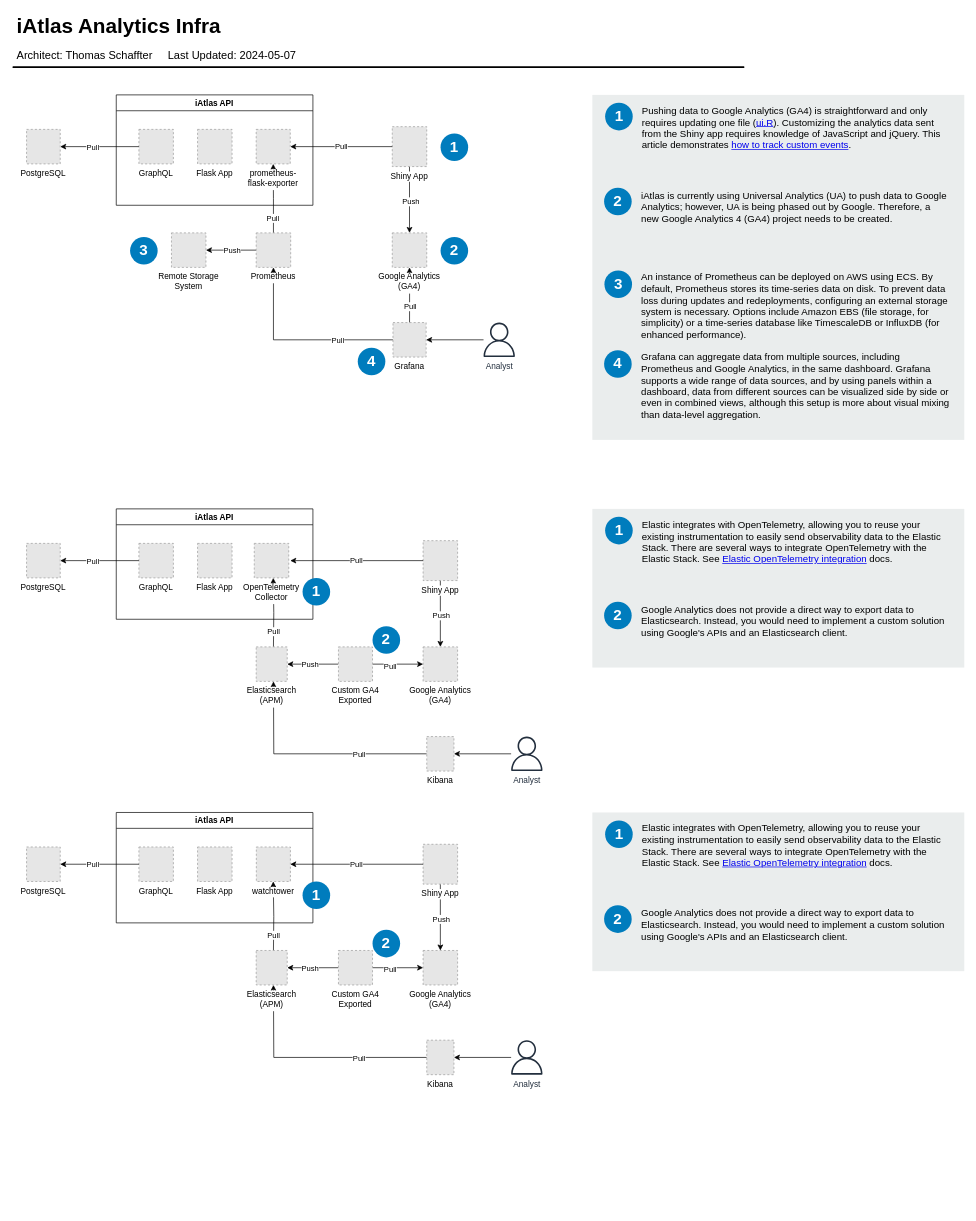
Sage-Bionetworks/sage-monorepo keeps this draw.io diagram as diagrams/iatlas-infra.drawio. Above is the earlier version. Source tidied: cells renumbered, new cells numbered last; positions are measured from the earlier drawing's top-left corner, leaving out a move shared by most shapes. Both pictures are drawn from the tidied source at 69%, with x=0, y=0 at pixel (12, 12). Pictures stored in the file or linked from it are replaced by grey dashed boxes.
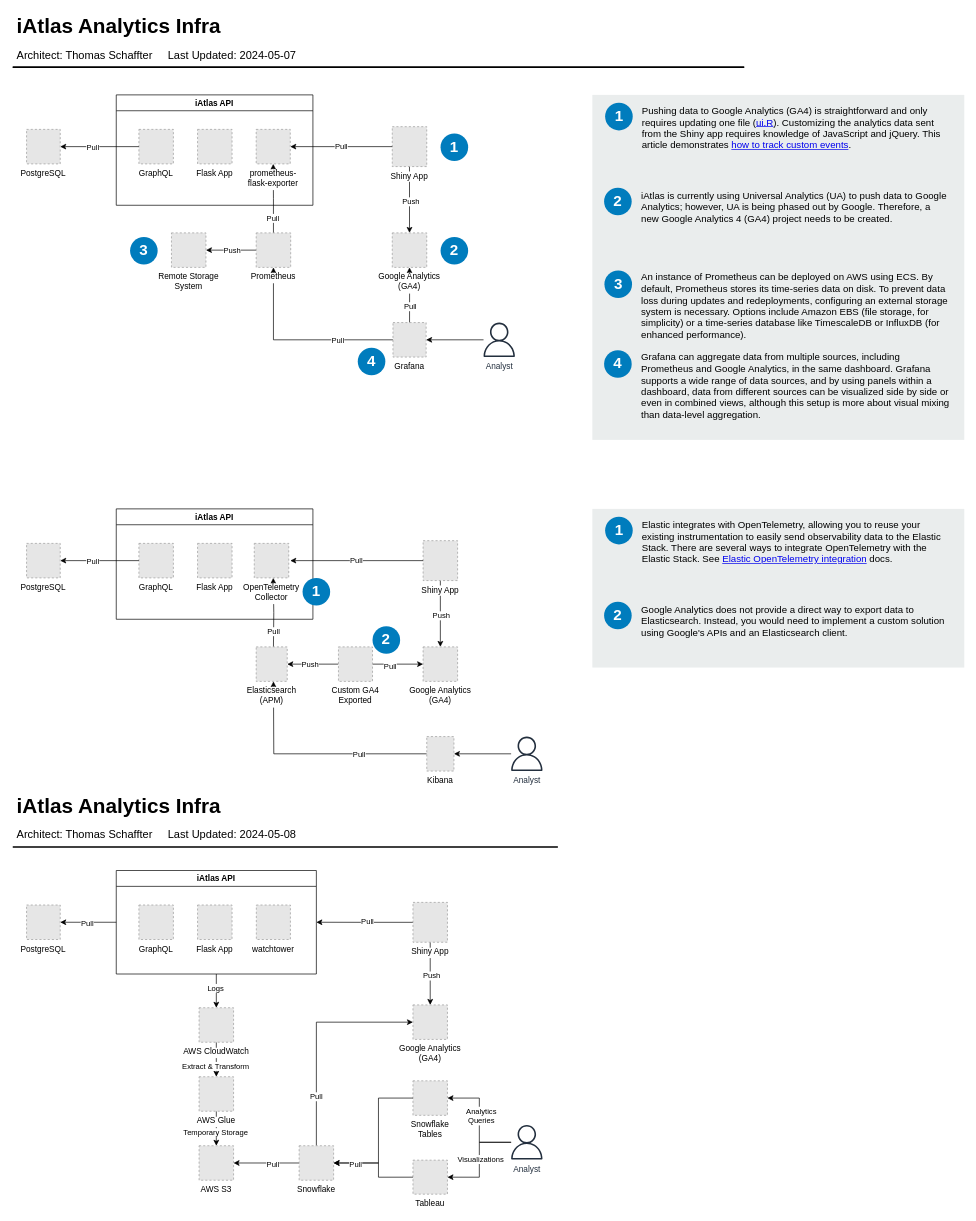
The same page after the edit.

The change refers to these unchanged cells:
```xml
<mxCell id="84" value="GraphQL" style="fillColor=#E6E6E6;strokeColor=#999999;dashed=1;verticalLabelPosition=bottom;labelBackgroundColor=default;verticalAlign=top;" parent="83" vertex="1">
  <mxGeometry x="32.8" y="50" width="50" height="50" as="geometry" />
</mxCell>
```

Diff of the diagram source:
```diff
@@
+    <mxCell id="108" style="edgeStyle=orthogonalEdgeStyle;rounded=0;jettySize=auto;html=1;entryX=0.5;entryY=0;entryDx=0;entryDy=0;" parent="1" edge="1" source="110" target="134">
+      <mxGeometry relative="1" as="geometry" />
+    </mxCell>
+    <mxCell id="109" value="Extract &amp;amp; Transform" style="edgeLabel;html=1;align=center;verticalAlign=middle;" parent="108" vertex="1">
+      <mxGeometry x="0.34" y="-2" relative="1" as="geometry" />
+    </mxCell>
+    <mxCell id="110" value="AWS CloudWatch" style="fillColor=#E6E6E6;strokeColor=#999999;dashed=1;verticalLabelPosition=bottom;verticalAlign=top;labelBackgroundColor=default;" parent="1" vertex="1">
+      <mxGeometry x="270" y="1443" width="50" height="50" as="geometry" />
+    </mxCell>
+    <mxCell id="111" style="edgeStyle=orthogonalEdgeStyle;rounded=0;jettySize=auto;html=1;entryX=0.5;entryY=0;entryDx=0;entryDy=0;" parent="1" edge="1" source="134" target="129">
+      <mxGeometry relative="1" as="geometry" />
+    </mxCell>
+    <mxCell id="112" value="Temporary Storage" style="edgeLabel;html=1;align=center;verticalAlign=middle;" parent="111" vertex="1">
+      <mxGeometry x="-0.12" y="-2" relative="1" as="geometry">
+        <mxPoint y="8" as="offset" />
+      </mxGeometry>
+    </mxCell>
@@
+    <mxCell id="113" style="edgeStyle=orthogonalEdgeStyle;rounded=0;jettySize=auto;html=1;entryX=1;entryY=0.5;entryDx=0;entryDy=0;" parent="1" edge="1" source="78" target="83">
+      <mxGeometry relative="1" as="geometry" />
+    </mxCell>
+    <mxCell id="114" value="Pull" style="edgeLabel;html=1;align=center;verticalAlign=middle;" parent="113" vertex="1">
+      <mxGeometry x="-0.05" y="-2" relative="1" as="geometry" />
+    </mxCell>
     <mxCell id="78" value="Shiny App" style="fillColor=#E6E6E6;strokeColor=#999999;dashed=1;verticalLabelPosition=bottom;labelBackgroundColor=default;verticalAlign=top;" parent="1" vertex="1">
-      <mxGeometry x="594.7" y="1206.1" width="50" height="57.8" as="geometry" />
+      <mxGeometry x="580" y="1290.3" width="50" height="57.8" as="geometry" />
     </mxCell>
     <mxCell id="79" value="PostgreSQL" style="fillColor=#E6E6E6;strokeColor=#999999;dashed=1;verticalLabelPosition=bottom;labelBackgroundColor=default;verticalAlign=top;" parent="1" vertex="1">
-      <mxGeometry x="20" y="1210" width="48.8" height="50" as="geometry" />
+      <mxGeometry x="20" y="1294.1" width="48.8" height="50" as="geometry" />
     </mxCell>
-    <mxCell id="80" value="Pull" style="edgeStyle=orthogonalEdgeStyle;rounded=0;jettySize=auto;html=1;exitX=0;exitY=0.5;exitDx=0;exitDy=0;" parent="1" edge="1" source="78">
-      <mxGeometry relative="1" as="geometry">
-        <mxPoint x="402.2" y="1235" as="targetPoint" />
-      </mxGeometry>
-    </mxCell>
-    <mxCell id="81" style="edgeStyle=orthogonalEdgeStyle;rounded=0;orthogonalLoop=1;jettySize=auto;html=1;exitX=0.5;exitY=0;exitDx=0;exitDy=0;" parent="1" edge="1">
-      <mxGeometry relative="1" as="geometry">
-        <mxPoint x="377.8" y="1360" as="sourcePoint" />
-        <mxPoint x="377.5" y="1260" as="targetPoint" />
-      </mxGeometry>
-    </mxCell>
-    <mxCell id="82" value="Pull" style="edgeLabel;html=1;align=center;verticalAlign=middle;" parent="81" vertex="1">
-      <mxGeometry x="-0.56" y="1" relative="1" as="geometry" />
-    </mxCell>
+    <mxCell id="115" style="edgeStyle=orthogonalEdgeStyle;rounded=0;jettySize=auto;html=1;exitX=0.5;exitY=0;exitDx=0;exitDy=0;entryX=0;entryY=0.5;entryDx=0;entryDy=0;" parent="1" edge="1" source="133" target="91">
+      <mxGeometry relative="1" as="geometry" />
+    </mxCell>
+    <mxCell id="116" value="Pull" style="edgeLabel;html=1;align=center;verticalAlign=middle;" parent="115" vertex="1">
+      <mxGeometry x="-0.55" y="1" relative="1" as="geometry" />
+    </mxCell>
+    <mxCell id="91" value="Google Analytics&#10;(GA4)" style="fillColor=#E6E6E6;strokeColor=#999999;dashed=1;verticalLabelPosition=bottom;labelBackgroundColor=default;verticalAlign=top;" parent="1" vertex="1">
+      <mxGeometry x="580" y="1438.9" width="50" height="50" as="geometry" />
+    </mxCell>
+    <mxCell id="117" style="edgeStyle=orthogonalEdgeStyle;rounded=0;jettySize=auto;html=1;entryX=1;entryY=0.5;entryDx=0;entryDy=0;" parent="1" edge="1" source="93" target="121">
+      <mxGeometry relative="1" as="geometry" />
+    </mxCell>
+    <mxCell id="118" value="Analytics&lt;br&gt;Queries" style="edgeLabel;html=1;align=center;verticalAlign=middle;" parent="117" vertex="1">
+      <mxGeometry x="0.09" y="-2" relative="1" as="geometry" />
+    </mxCell>
+    <mxCell id="119" style="edgeStyle=orthogonalEdgeStyle;rounded=0;jettySize=auto;html=1;entryX=1;entryY=0.5;entryDx=0;entryDy=0;" parent="1" edge="1" source="93" target="122">
+      <mxGeometry relative="1" as="geometry" />
+    </mxCell>
+    <mxCell id="120" value="Visualizations" style="edgeLabel;html=1;align=center;verticalAlign=middle;" parent="119" vertex="1">
+      <mxGeometry x="0.08" y="1" relative="1" as="geometry">
+        <mxPoint y="-6" as="offset" />
+      </mxGeometry>
+    </mxCell>
+    <mxCell id="93" value="Analyst" style="outlineConnect=0;fontColor=#232F3E;gradientColor=none;fillColor=#232F3E;strokeColor=none;dashed=0;verticalLabelPosition=bottom;verticalAlign=top;align=center;html=1;fontSize=12;fontStyle=0;shape=mxgraph.aws4.user;labelBackgroundColor=none;" parent="1" vertex="1">
+      <mxGeometry x="720" y="1613" width="50" height="50" as="geometry" />
+    </mxCell>
+    <mxCell id="121" value="Snowflake&#10;Tables" style="fillColor=#E6E6E6;strokeColor=#999999;dashed=1;verticalLabelPosition=bottom;labelBackgroundColor=default;verticalAlign=top;" parent="1" vertex="1">
+      <mxGeometry x="580" y="1548.9" width="50" height="50" as="geometry" />
+    </mxCell>
+    <mxCell id="122" value="Tableau" style="fillColor=#E6E6E6;strokeColor=#999999;dashed=1;verticalLabelPosition=bottom;labelBackgroundColor=default;verticalAlign=top;" parent="1" vertex="1">
+      <mxGeometry x="580" y="1663.9" width="50" height="49.3" as="geometry" />
+    </mxCell>
+    <mxCell id="123" style="edgeStyle=orthogonalEdgeStyle;rounded=0;jettySize=auto;html=1;exitX=0.5;exitY=1;exitDx=0;exitDy=0;entryX=0.5;entryY=0;entryDx=0;entryDy=0;" parent="1" edge="1" source="83" target="110">
+      <mxGeometry relative="1" as="geometry" />
+    </mxCell>
+    <mxCell id="124" value="Logs" style="edgeLabel;html=1;align=center;verticalAlign=middle;" parent="123" vertex="1">
+      <mxGeometry x="-0.17" y="-2" relative="1" as="geometry" />
+    </mxCell>
+    <mxCell id="125" style="edgeStyle=orthogonalEdgeStyle;rounded=0;jettySize=auto;html=1;entryX=1;entryY=0.5;entryDx=0;entryDy=0;" parent="1" edge="1" source="83" target="79">
+      <mxGeometry relative="1" as="geometry" />
+    </mxCell>
+    <mxCell id="126" value="Pull" style="edgeLabel;html=1;align=center;verticalAlign=middle;" parent="125" vertex="1">
+      <mxGeometry x="0.06" y="1" relative="1" as="geometry" />
+    </mxCell>
     <mxCell id="83" value="iAtlas API" style="swimlane;whiteSpace=wrap;html=1;" parent="1" vertex="1">
-      <mxGeometry x="150" y="1160" width="285" height="160" as="geometry" />
+      <mxGeometry x="150" y="1244.1" width="290" height="150" as="geometry" />
     </mxCell>
@@
-    <mxCell id="87" style="edgeStyle=orthogonalEdgeStyle;rounded=0;jettySize=auto;html=1;entryX=0.5;entryY=1;entryDx=0;entryDy=0;exitX=0;exitY=0.5;exitDx=0;exitDy=0;" parent="1" edge="1" source="94">
-      <mxGeometry relative="1" as="geometry">
-        <mxPoint x="377.8" y="1410" as="targetPoint" />
-      </mxGeometry>
-    </mxCell>
-    <mxCell id="88" value="Pull" style="edgeLabel;html=1;align=center;verticalAlign=middle;" parent="87" vertex="1">
-      <mxGeometry x="-0.24" y="3" relative="1" as="geometry">
-        <mxPoint x="25" y="-3" as="offset" />
-      </mxGeometry>
-    </mxCell>
-    <mxCell id="89" style="edgeStyle=orthogonalEdgeStyle;rounded=0;jettySize=auto;html=1;exitX=0;exitY=0.5;exitDx=0;exitDy=0;" parent="1" edge="1" source="84" target="79">
-      <mxGeometry relative="1" as="geometry" />
-    </mxCell>
-    <mxCell id="90" value="Pull" style="edgeLabel;html=1;align=center;verticalAlign=middle;" parent="89" vertex="1">
-      <mxGeometry x="0.17" y="2" relative="1" as="geometry">
-        <mxPoint y="-2" as="offset" />
-      </mxGeometry>
-    </mxCell>
-    <mxCell id="91" value="Google Analytics&#10;(GA4)" style="fillColor=#E6E6E6;strokeColor=#999999;dashed=1;verticalLabelPosition=bottom;labelBackgroundColor=default;verticalAlign=top;" parent="1" vertex="1">
-      <mxGeometry x="594.7" y="1360" width="50" height="50" as="geometry" />
-    </mxCell>
-    <mxCell id="92" style="edgeStyle=orthogonalEdgeStyle;rounded=0;jettySize=auto;html=1;entryX=1;entryY=0.5;entryDx=0;entryDy=0;" parent="1" edge="1" source="93" target="94">
-      <mxGeometry relative="1" as="geometry" />
-    </mxCell>
-    <mxCell id="93" value="Analyst" style="outlineConnect=0;fontColor=#232F3E;gradientColor=none;fillColor=#232F3E;strokeColor=none;dashed=0;verticalLabelPosition=bottom;verticalAlign=top;align=center;html=1;fontSize=12;fontStyle=0;shape=mxgraph.aws4.user;labelBackgroundColor=none;" parent="1" vertex="1">
-      <mxGeometry x="720" y="1490" width="50" height="50" as="geometry" />
-    </mxCell>
-    <mxCell id="94" value="Kibana" style="fillColor=#E6E6E6;strokeColor=#999999;dashed=1;verticalLabelPosition=bottom;labelBackgroundColor=default;verticalAlign=top;" parent="1" vertex="1">
-      <mxGeometry x="600" y="1490" width="39.4" height="50" as="geometry" />
-    </mxCell>
-    <mxCell id="95" value="Elasticsearch&#10;(APM)" style="fillColor=#E6E6E6;strokeColor=#999999;dashed=1;verticalLabelPosition=bottom;labelBackgroundColor=default;verticalAlign=top;" parent="1" vertex="1">
-      <mxGeometry x="352.8" y="1360" width="45" height="50" as="geometry" />
-    </mxCell>
-    <mxCell id="96" style="edgeStyle=orthogonalEdgeStyle;rounded=0;jettySize=auto;html=1;entryX=0;entryY=0.5;entryDx=0;entryDy=0;" parent="1" edge="1" source="100" target="91">
-      <mxGeometry relative="1" as="geometry" />
-    </mxCell>
-    <mxCell id="97" value="Pull" style="edgeLabel;html=1;align=center;verticalAlign=middle;" parent="96" vertex="1">
-      <mxGeometry x="-0.31" y="-2" relative="1" as="geometry" />
-    </mxCell>
-    <mxCell id="98" style="edgeStyle=orthogonalEdgeStyle;rounded=0;jettySize=auto;html=1;entryX=1;entryY=0.5;entryDx=0;entryDy=0;" parent="1" edge="1" source="100" target="95">
-      <mxGeometry relative="1" as="geometry" />
-    </mxCell>
-    <mxCell id="99" value="Push" style="edgeLabel;html=1;align=center;verticalAlign=middle;" parent="98" vertex="1">
-      <mxGeometry x="0.12" relative="1" as="geometry" />
-    </mxCell>
-    <mxCell id="100" value="Custom GA4&#10;Exported" style="fillColor=#E6E6E6;strokeColor=#999999;dashed=1;verticalLabelPosition=bottom;labelBackgroundColor=default;verticalAlign=top;" parent="1" vertex="1">
-      <mxGeometry x="472" y="1360" width="49.4" height="50" as="geometry" />
-    </mxCell>
-    <mxCell id="101" value="1" style="rounded=1;whiteSpace=wrap;html=1;fillColor=#007CBD;strokeColor=none;fontColor=#FFFFFF;fontStyle=1;fontSize=22;labelBackgroundColor=none;arcSize=50;" parent="1" vertex="1">
-      <mxGeometry x="420" y="1260" width="40" height="40" as="geometry" />
-    </mxCell>
-    <mxCell id="102" style="rounded=0;whiteSpace=wrap;html=1;fillColor=#EAEDED;fontSize=22;fontColor=#FFFFFF;strokeColor=none;labelBackgroundColor=none;" parent="1" vertex="1">
-      <mxGeometry x="840" y="1160" width="539" height="230" as="geometry" />
-    </mxCell>
-    <mxCell id="103" value="Elastic integrates with OpenTelemetry, allowing you to reuse your existing instrumentation to easily send observability data to the Elastic Stack. There are several ways to integrate OpenTelemetry with the Elastic Stack. See &lt;a href=&quot;https://www.elastic.co/guide/en/observability/current/apm-open-telemetry.html&quot;&gt;Elastic OpenTelemetry integration&lt;/a&gt; docs." style="text;html=1;align=left;verticalAlign=top;spacingTop=-4;fontSize=14;labelBackgroundColor=none;whiteSpace=wrap;" parent="1" vertex="1">
-      <mxGeometry x="910" y="1172" width="449" height="118" as="geometry" />
-    </mxCell>
-    <mxCell id="104" value="Google Analytics does not provide a direct way to export data to Elasticsearch. Instead, you would need to implement a custom solution using Google's APIs and an Elasticsearch client." style="text;html=1;align=left;verticalAlign=top;spacingTop=-4;fontSize=14;labelBackgroundColor=none;whiteSpace=wrap;" parent="1" vertex="1">
-      <mxGeometry x="909" y="1295" width="450" height="115" as="geometry" />
-    </mxCell>
-    <mxCell id="105" value="1" style="rounded=1;whiteSpace=wrap;html=1;fillColor=#007CBD;strokeColor=none;fontColor=#FFFFFF;fontStyle=1;fontSize=22;labelBackgroundColor=none;arcSize=50;" parent="1" vertex="1">
-      <mxGeometry x="858.5" y="1171.5" width="40" height="40" as="geometry" />
-    </mxCell>
-    <mxCell id="106" value="2" style="rounded=1;whiteSpace=wrap;html=1;fillColor=#007CBD;strokeColor=none;fontColor=#FFFFFF;fontStyle=1;fontSize=22;labelBackgroundColor=none;arcSize=50;" parent="1" vertex="1">
-      <mxGeometry x="857" y="1294.5" width="40" height="40" as="geometry" />
-    </mxCell>
-    <mxCell id="107" value="2" style="rounded=1;whiteSpace=wrap;html=1;fillColor=#007CBD;strokeColor=none;fontColor=#FFFFFF;fontStyle=1;fontSize=22;labelBackgroundColor=none;arcSize=50;" parent="1" vertex="1">
-      <mxGeometry x="521.4" y="1330" width="40" height="40" as="geometry" />
-    </mxCell>
+    <mxCell id="127" style="edgeStyle=orthogonalEdgeStyle;rounded=0;jettySize=auto;html=1;exitX=0;exitY=0.5;exitDx=0;exitDy=0;" parent="1" edge="1" source="133" target="129">
+      <mxGeometry relative="1" as="geometry" />
+    </mxCell>
+    <mxCell id="128" value="Pull" style="edgeLabel;html=1;align=center;verticalAlign=middle;" parent="127" vertex="1">
+      <mxGeometry x="-0.17" y="1" relative="1" as="geometry" />
+    </mxCell>
+    <mxCell id="129" value="AWS S3" style="fillColor=#E6E6E6;strokeColor=#999999;dashed=1;verticalLabelPosition=bottom;verticalAlign=top;labelBackgroundColor=default;" parent="1" vertex="1">
+      <mxGeometry x="270" y="1643" width="50" height="50" as="geometry" />
+    </mxCell>
+    <mxCell id="130" style="edgeStyle=orthogonalEdgeStyle;rounded=0;jettySize=auto;html=1;exitX=0;exitY=0.5;exitDx=0;exitDy=0;" parent="1" edge="1" source="121" target="133">
+      <mxGeometry relative="1" as="geometry">
+        <Array as="points">
+          <mxPoint x="530" y="1574" />
+          <mxPoint x="530" y="1668" />
+        </Array>
+      </mxGeometry>
+    </mxCell>
+    <mxCell id="131" style="edgeStyle=orthogonalEdgeStyle;rounded=0;jettySize=auto;html=1;exitX=0;exitY=0.5;exitDx=0;exitDy=0;" parent="1" edge="1" source="122" target="133">
+      <mxGeometry relative="1" as="geometry">
+        <Array as="points">
+          <mxPoint x="530" y="1688" />
+          <mxPoint x="530" y="1668" />
+        </Array>
+      </mxGeometry>
+    </mxCell>
+    <mxCell id="132" value="Pull" style="edgeLabel;html=1;align=center;verticalAlign=middle;" parent="131" vertex="1">
+      <mxGeometry x="0.53" y="1" relative="1" as="geometry" />
+    </mxCell>
+    <mxCell id="133" value="Snowflake" style="fillColor=#E6E6E6;strokeColor=#999999;dashed=1;verticalLabelPosition=bottom;labelBackgroundColor=default;verticalAlign=top;" parent="1" vertex="1">
+      <mxGeometry x="415" y="1643" width="50" height="50" as="geometry" />
+    </mxCell>
+    <mxCell id="134" value="AWS Glue" style="fillColor=#E6E6E6;strokeColor=#999999;dashed=1;verticalLabelPosition=bottom;verticalAlign=top;labelBackgroundColor=default;" parent="1" vertex="1">
+      <mxGeometry x="270" y="1543" width="50" height="50" as="geometry" />
+    </mxCell>
+    <mxCell id="135" value="iAtlas Analytics Infra" style="text;html=1;align=left;verticalAlign=top;spacingTop=-4;fontSize=30;fontStyle=1;labelBackgroundColor=none;" parent="1" vertex="1">
+      <mxGeometry x="4" y="1130" width="290" height="40" as="geometry" />
+    </mxCell>
+    <mxCell id="136" value="Architect: Thomas Schaffter&amp;nbsp;&amp;nbsp;&amp;nbsp;&amp;nbsp; Last Updated: 2024-05-08" style="text;html=1;align=left;verticalAlign=top;spacingTop=-4;fontSize=16;labelBackgroundColor=none;" parent="1" vertex="1">
+      <mxGeometry x="4" y="1180" width="430" height="30" as="geometry" />
+    </mxCell>
+    <mxCell id="137" style="line;strokeWidth=2;html=1;fontSize=14;labelBackgroundColor=none;" parent="1" vertex="1">
+      <mxGeometry y="1205" width="790" height="10" as="geometry" />
+    </mxCell>
```
